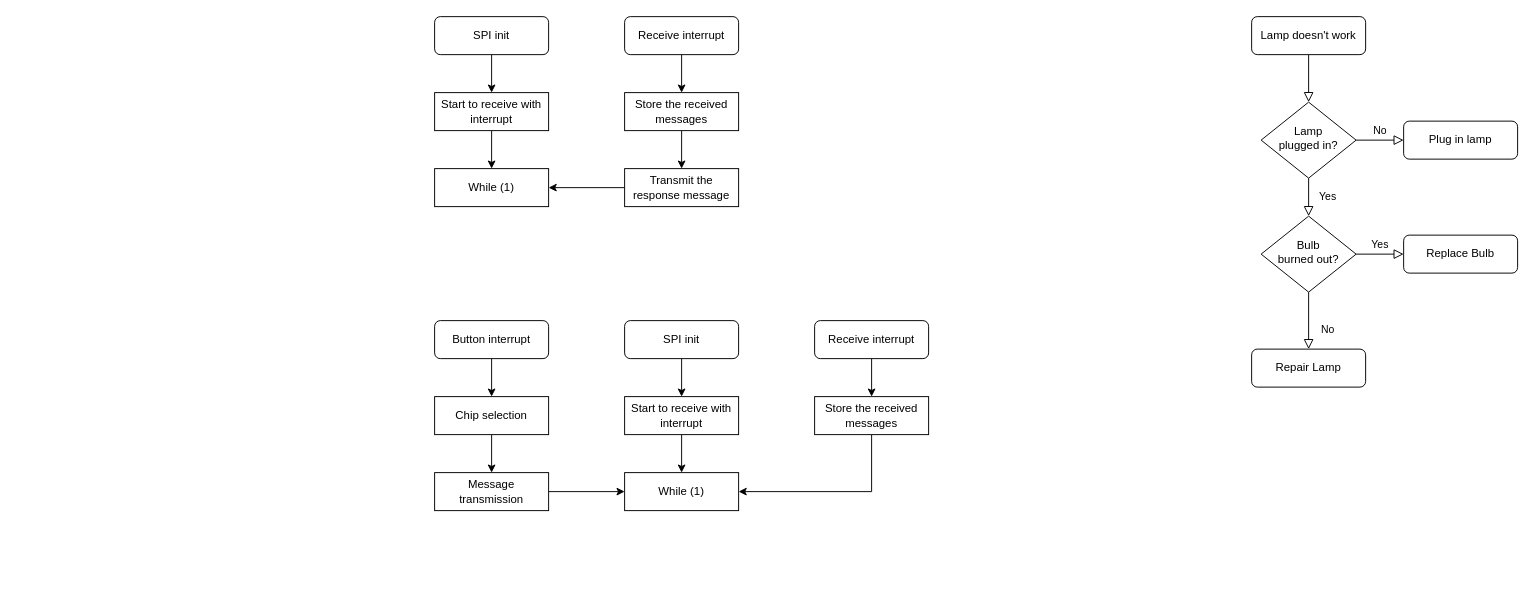
The draw.io diagram SPIFlowChart.drawio in lukas0173/Draw.io, before the edit. Source tidied: cells renumbered, new cells numbered last; positions are measured from the earlier drawing's top-left corner, leaving out a move shared by most shapes. Both pictures are drawn from the tidied source at 95%, with x=0, y=0 at pixel (434, 16).
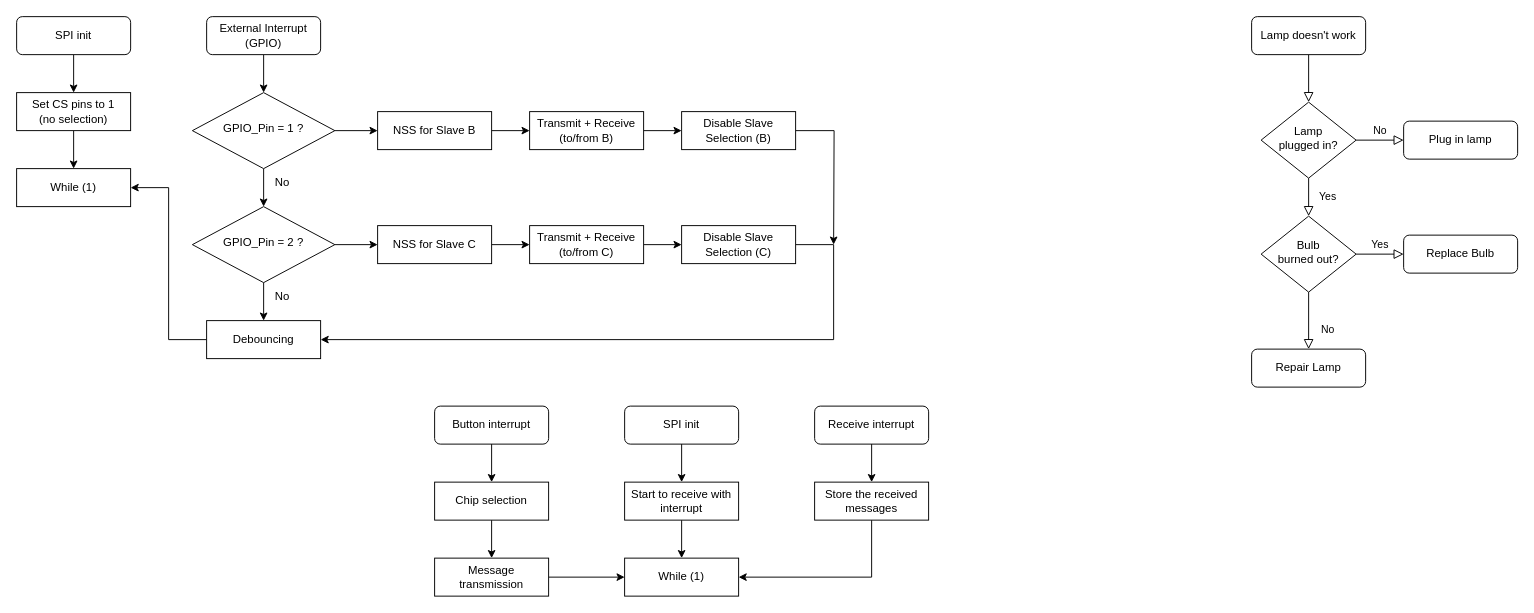
The same page after the edit.

Diff of the diagram source:
```diff
@@
-    <mxCell id="13" style="edgeStyle=orthogonalEdgeStyle;rounded=0;jettySize=auto;html=1;" parent="1" edge="1" source="14" target="16">
-      <mxGeometry relative="1" as="geometry" />
-    </mxCell>
-    <mxCell id="14" value="SPI init" style="rounded=1;whiteSpace=wrap;html=1;fontSize=12;glass=0;strokeWidth=1;shadow=0;" parent="1" vertex="1">
-      <mxGeometry width="120" height="40" as="geometry" />
-    </mxCell>
-    <mxCell id="15" style="edgeStyle=orthogonalEdgeStyle;rounded=0;jettySize=auto;html=1;" parent="1" edge="1" source="16" target="17">
-      <mxGeometry relative="1" as="geometry" />
-    </mxCell>
-    <mxCell id="16" value="Start to receive with interrupt" style="rounded=0;whiteSpace=wrap;html=1;fontSize=12;glass=0;strokeWidth=1;shadow=0;" parent="1" vertex="1">
-      <mxGeometry y="80" width="120" height="40" as="geometry" />
-    </mxCell>
-    <mxCell id="17" value="While (1)" style="rounded=0;whiteSpace=wrap;html=1;fontSize=12;glass=0;strokeWidth=1;shadow=0;" parent="1" vertex="1">
-      <mxGeometry y="160" width="120" height="40" as="geometry" />
-    </mxCell>
-    <mxCell id="18" style="edgeStyle=orthogonalEdgeStyle;rounded=0;jettySize=auto;html=1;" parent="1" edge="1" source="19" target="21">
-      <mxGeometry relative="1" as="geometry" />
-    </mxCell>
-    <mxCell id="19" value="Receive interrupt" style="rounded=1;whiteSpace=wrap;html=1;fontSize=12;glass=0;strokeWidth=1;shadow=0;" parent="1" vertex="1">
-      <mxGeometry x="200" width="120" height="40" as="geometry" />
-    </mxCell>
-    <mxCell id="20" style="edgeStyle=orthogonalEdgeStyle;rounded=0;jettySize=auto;html=1;" parent="1" edge="1" source="21" target="23">
-      <mxGeometry relative="1" as="geometry" />
-    </mxCell>
-    <mxCell id="21" value="Store the received messages" style="rounded=0;whiteSpace=wrap;html=1;fontSize=12;glass=0;strokeWidth=1;shadow=0;" parent="1" vertex="1">
-      <mxGeometry x="200" y="80" width="120" height="40" as="geometry" />
-    </mxCell>
-    <mxCell id="22" style="edgeStyle=orthogonalEdgeStyle;rounded=0;jettySize=auto;html=1;entryX=1;entryY=0.5;entryDx=0;entryDy=0;" parent="1" edge="1" source="23" target="17">
-      <mxGeometry relative="1" as="geometry" />
-    </mxCell>
-    <mxCell id="23" value="Transmit the response message" style="rounded=0;whiteSpace=wrap;html=1;fontSize=12;glass=0;strokeWidth=1;shadow=0;" parent="1" vertex="1">
-      <mxGeometry x="200" y="160" width="120" height="40" as="geometry" />
-    </mxCell>
@@
     <mxCell id="25" value="SPI init" style="rounded=1;whiteSpace=wrap;html=1;fontSize=12;glass=0;strokeWidth=1;shadow=0;" parent="1" vertex="1">
-      <mxGeometry x="200" y="320" width="120" height="40" as="geometry" />
+      <mxGeometry x="200" y="410" width="120" height="40" as="geometry" />
     </mxCell>
@@
     <mxCell id="27" value="Start to receive with interrupt" style="rounded=0;whiteSpace=wrap;html=1;fontSize=12;glass=0;strokeWidth=1;shadow=0;" parent="1" vertex="1">
-      <mxGeometry x="200" y="400" width="120" height="40" as="geometry" />
+      <mxGeometry x="200" y="490" width="120" height="40" as="geometry" />
     </mxCell>
     <mxCell id="28" value="While (1)" style="rounded=0;whiteSpace=wrap;html=1;fontSize=12;glass=0;strokeWidth=1;shadow=0;" parent="1" vertex="1">
-      <mxGeometry x="200" y="480" width="120" height="40" as="geometry" />
+      <mxGeometry x="200" y="570" width="120" height="40" as="geometry" />
     </mxCell>
@@
     <mxCell id="30" value="Receive interrupt" style="rounded=1;whiteSpace=wrap;html=1;fontSize=12;glass=0;strokeWidth=1;shadow=0;" parent="1" vertex="1">
-      <mxGeometry x="400" y="320" width="120" height="40" as="geometry" />
+      <mxGeometry x="400" y="410" width="120" height="40" as="geometry" />
     </mxCell>
     <mxCell id="31" style="edgeStyle=orthogonalEdgeStyle;rounded=0;jettySize=auto;html=1;entryX=1;entryY=0.5;entryDx=0;entryDy=0;" parent="1" edge="1" source="32" target="28">
       <mxGeometry relative="1" as="geometry">
         <Array as="points">
-          <mxPoint x="460" y="500" />
+          <mxPoint x="460" y="590" />
         </Array>
       </mxGeometry>
     </mxCell>
     <mxCell id="32" value="Store the received messages" style="rounded=0;whiteSpace=wrap;html=1;fontSize=12;glass=0;strokeWidth=1;shadow=0;" parent="1" vertex="1">
-      <mxGeometry x="400" y="400" width="120" height="40" as="geometry" />
+      <mxGeometry x="400" y="490" width="120" height="40" as="geometry" />
     </mxCell>
@@
     <mxCell id="34" value="Button interrupt" style="rounded=1;whiteSpace=wrap;html=1;fontSize=12;glass=0;strokeWidth=1;shadow=0;" parent="1" vertex="1">
-      <mxGeometry y="320" width="120" height="40" as="geometry" />
+      <mxGeometry y="410" width="120" height="40" as="geometry" />
     </mxCell>
@@
     <mxCell id="36" value="Chip selection" style="rounded=0;whiteSpace=wrap;html=1;fontSize=12;glass=0;strokeWidth=1;shadow=0;" parent="1" vertex="1">
-      <mxGeometry y="400" width="120" height="40" as="geometry" />
+      <mxGeometry y="490" width="120" height="40" as="geometry" />
     </mxCell>
@@
     <mxCell id="38" value="Message transmission" style="rounded=0;whiteSpace=wrap;html=1;fontSize=12;glass=0;strokeWidth=1;shadow=0;" parent="1" vertex="1">
-      <mxGeometry y="480" width="120" height="40" as="geometry" />
+      <mxGeometry y="570" width="120" height="40" as="geometry" />
     </mxCell>
+    <mxCell id="39" style="edgeStyle=orthogonalEdgeStyle;rounded=0;jettySize=auto;html=1;" parent="1" edge="1" source="14" target="41">
+      <mxGeometry relative="1" as="geometry" />
+    </mxCell>
+    <mxCell id="14" value="SPI init" style="rounded=1;whiteSpace=wrap;html=1;fontSize=12;glass=0;strokeWidth=1;shadow=0;" parent="1" vertex="1">
+      <mxGeometry x="-440" width="120" height="40" as="geometry" />
+    </mxCell>
+    <mxCell id="40" style="edgeStyle=orthogonalEdgeStyle;rounded=0;jettySize=auto;html=1;" parent="1" edge="1" source="41" target="17">
+      <mxGeometry relative="1" as="geometry" />
+    </mxCell>
+    <mxCell id="41" value="Set CS pins to 1&lt;div&gt;(no selection)&lt;/div&gt;" style="rounded=0;whiteSpace=wrap;html=1;fontSize=12;glass=0;strokeWidth=1;shadow=0;" parent="1" vertex="1">
+      <mxGeometry x="-440" y="80" width="120" height="40" as="geometry" />
+    </mxCell>
+    <mxCell id="42" style="edgeStyle=orthogonalEdgeStyle;rounded=0;jettySize=auto;html=1;" parent="1" edge="1" source="43" target="46">
+      <mxGeometry relative="1" as="geometry" />
+    </mxCell>
+    <mxCell id="43" value="External Interrupt&lt;div&gt;(GPIO)&lt;/div&gt;" style="rounded=1;whiteSpace=wrap;html=1;fontSize=12;glass=0;strokeWidth=1;shadow=0;" parent="1" vertex="1">
+      <mxGeometry x="-240" width="120" height="40" as="geometry" />
+    </mxCell>
+    <mxCell id="44" style="edgeStyle=orthogonalEdgeStyle;rounded=0;jettySize=auto;html=1;" parent="1" edge="1" source="46" target="49">
+      <mxGeometry relative="1" as="geometry" />
+    </mxCell>
+    <mxCell id="45" style="edgeStyle=orthogonalEdgeStyle;rounded=0;jettySize=auto;html=1;" parent="1" edge="1" source="46" target="55">
+      <mxGeometry relative="1" as="geometry" />
+    </mxCell>
+    <mxCell id="46" value="GPIO_Pin = 1 ?" style="rhombus;whiteSpace=wrap;html=1;shadow=0;fontFamily=Helvetica;fontSize=12;align=center;strokeWidth=1;spacing=6;spacingTop=-4;" parent="1" vertex="1">
+      <mxGeometry x="-255" y="80" width="150" height="80" as="geometry" />
+    </mxCell>
+    <mxCell id="47" style="edgeStyle=orthogonalEdgeStyle;rounded=0;jettySize=auto;html=1;" parent="1" edge="1" source="49" target="51">
+      <mxGeometry relative="1" as="geometry" />
+    </mxCell>
+    <mxCell id="48" style="edgeStyle=orthogonalEdgeStyle;rounded=0;jettySize=auto;html=1;" parent="1" edge="1" source="49" target="57">
+      <mxGeometry relative="1" as="geometry" />
+    </mxCell>
+    <mxCell id="49" value="GPIO_Pin = 2 ?" style="rhombus;whiteSpace=wrap;html=1;shadow=0;fontFamily=Helvetica;fontSize=12;align=center;strokeWidth=1;spacing=6;spacingTop=-4;" parent="1" vertex="1">
+      <mxGeometry x="-255" y="200" width="150" height="80" as="geometry" />
+    </mxCell>
+    <mxCell id="17" value="While (1)" style="rounded=0;whiteSpace=wrap;html=1;fontSize=12;glass=0;strokeWidth=1;shadow=0;" parent="1" vertex="1">
+      <mxGeometry x="-440" y="160" width="120" height="40" as="geometry" />
+    </mxCell>
+    <mxCell id="50" style="edgeStyle=orthogonalEdgeStyle;rounded=0;jettySize=auto;html=1;entryX=1;entryY=0.5;entryDx=0;entryDy=0;" parent="1" edge="1" source="51" target="17">
+      <mxGeometry relative="1" as="geometry" />
+    </mxCell>
+    <mxCell id="51" value="Debouncing" style="rounded=0;whiteSpace=wrap;html=1;fontSize=12;glass=0;strokeWidth=1;shadow=0;" parent="1" vertex="1">
+      <mxGeometry x="-240" y="320" width="120" height="40" as="geometry" />
+    </mxCell>
+    <mxCell id="52" value="No" style="text;html=1;align=center;verticalAlign=middle;whiteSpace=wrap;rounded=0;" parent="1" vertex="1">
+      <mxGeometry x="-190" y="160" width="60" height="30" as="geometry" />
+    </mxCell>
+    <mxCell id="53" value="No" style="text;html=1;align=center;verticalAlign=middle;whiteSpace=wrap;rounded=0;" parent="1" vertex="1">
+      <mxGeometry x="-190" y="280" width="60" height="30" as="geometry" />
+    </mxCell>
+    <mxCell id="54" style="edgeStyle=orthogonalEdgeStyle;rounded=0;jettySize=auto;html=1;" parent="1" edge="1" source="55" target="59">
+      <mxGeometry relative="1" as="geometry" />
+    </mxCell>
+    <mxCell id="55" value="NSS for Slave B" style="rounded=0;whiteSpace=wrap;html=1;fontSize=12;glass=0;strokeWidth=1;shadow=0;" parent="1" vertex="1">
+      <mxGeometry x="-60" y="100" width="120" height="40" as="geometry" />
+    </mxCell>
+    <mxCell id="56" style="edgeStyle=orthogonalEdgeStyle;rounded=0;jettySize=auto;html=1;" parent="1" edge="1" source="57" target="61">
+      <mxGeometry relative="1" as="geometry" />
+    </mxCell>
+    <mxCell id="57" value="NSS for Slave C" style="rounded=0;whiteSpace=wrap;html=1;fontSize=12;glass=0;strokeWidth=1;shadow=0;" parent="1" vertex="1">
+      <mxGeometry x="-60" y="220" width="120" height="40" as="geometry" />
+    </mxCell>
+    <mxCell id="58" style="edgeStyle=orthogonalEdgeStyle;rounded=0;jettySize=auto;html=1;" parent="1" edge="1" source="59" target="63">
+      <mxGeometry relative="1" as="geometry" />
+    </mxCell>
+    <mxCell id="59" value="Transmit + Receive&lt;div&gt;(to/from B)&lt;/div&gt;" style="rounded=0;whiteSpace=wrap;html=1;fontSize=12;glass=0;strokeWidth=1;shadow=0;" parent="1" vertex="1">
+      <mxGeometry x="100" y="100" width="120" height="40" as="geometry" />
+    </mxCell>
+    <mxCell id="60" style="edgeStyle=orthogonalEdgeStyle;rounded=0;jettySize=auto;html=1;" parent="1" edge="1" source="61" target="65">
+      <mxGeometry relative="1" as="geometry" />
+    </mxCell>
+    <mxCell id="61" value="Transmit + Receive&lt;div&gt;(to/from C)&lt;/div&gt;" style="rounded=0;whiteSpace=wrap;html=1;fontSize=12;glass=0;strokeWidth=1;shadow=0;" parent="1" vertex="1">
+      <mxGeometry x="100" y="220" width="120" height="40" as="geometry" />
+    </mxCell>
+    <mxCell id="62" style="edgeStyle=orthogonalEdgeStyle;rounded=0;jettySize=auto;html=1;" parent="1" edge="1" source="63">
+      <mxGeometry relative="1" as="geometry">
+        <mxPoint x="420" y="240" as="targetPoint" />
+      </mxGeometry>
+    </mxCell>
+    <mxCell id="63" value="Disable Slave Selection (B)" style="rounded=0;whiteSpace=wrap;html=1;fontSize=12;glass=0;strokeWidth=1;shadow=0;" parent="1" vertex="1">
+      <mxGeometry x="260" y="100" width="120" height="40" as="geometry" />
+    </mxCell>
+    <mxCell id="64" style="edgeStyle=orthogonalEdgeStyle;rounded=0;jettySize=auto;html=1;entryX=1;entryY=0.5;entryDx=0;entryDy=0;" parent="1" edge="1" source="65" target="51">
+      <mxGeometry relative="1" as="geometry">
+        <Array as="points">
+          <mxPoint x="420" y="240" />
+          <mxPoint x="420" y="340" />
+        </Array>
+      </mxGeometry>
+    </mxCell>
+    <mxCell id="65" value="Disable Slave Selection (C)" style="rounded=0;whiteSpace=wrap;html=1;fontSize=12;glass=0;strokeWidth=1;shadow=0;" parent="1" vertex="1">
+      <mxGeometry x="260" y="220" width="120" height="40" as="geometry" />
+    </mxCell>
```
